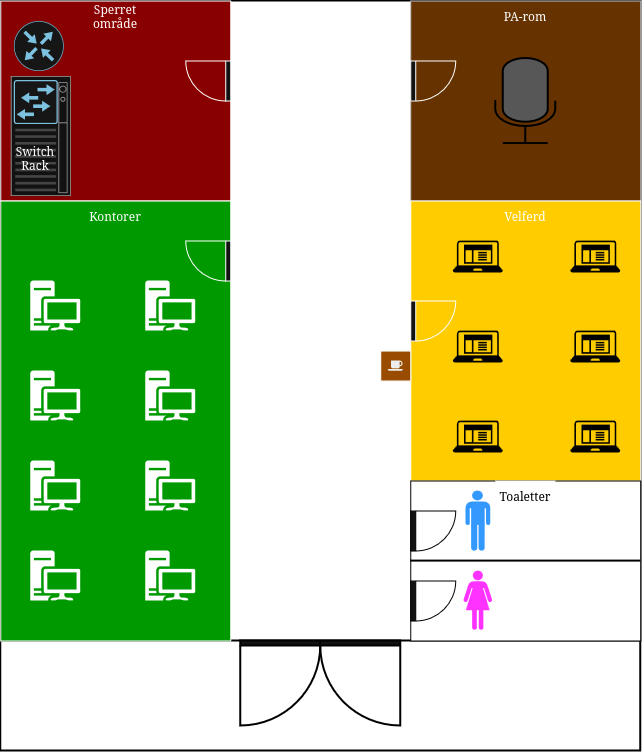
Earlier version of the draw.io export RAPPORT/Media/floorplan.png (Yonatan1717/INI-scripts-and-config). Source tidied: cells renumbered, new cells last; positions are measured from the earlier drawing's top-left corner, leaving out a move shared by most shapes. Its diagram source:
```xml
<mxGraphModel>
  <root>
    <mxCell id="0" />
    <mxCell id="1" parent="0" />
    <mxCell id="2" style="whiteSpace=wrap;html=1;fillColor=none;strokeWidth=2;strokeColor=light-dark(#000000,#000000);" parent="1" vertex="1">
      <mxGeometry width="640" height="750" as="geometry" />
    </mxCell>
    <mxCell id="3" style="whiteSpace=wrap;html=1;fillColor=light-dark(#FFFFFF,#FFFFFF);strokeWidth=2;strokeColor=light-dark(#000000,#000000);" parent="1" vertex="1">
      <mxGeometry width="640" height="640" as="geometry" />
    </mxCell>
    <mxCell id="4" style="whiteSpace=wrap;html=1;fillColor=light-dark(#FFFFFF,#890000);fontColor=#ffffff;strokeColor=default;" parent="1" vertex="1">
      <mxGeometry width="230" height="200" as="geometry" />
    </mxCell>
    <mxCell id="5" style="verticalLabelPosition=bottom;html=1;verticalAlign=top;align=center;shape=mxgraph.floorplan.doorLeft;rotation=90;" parent="1" vertex="1">
      <mxGeometry x="188.8" y="58.8" width="40" height="42.5" as="geometry" />
    </mxCell>
    <mxCell id="6" value="Sperret område" style="text;html=1;whiteSpace=wrap;strokeColor=none;fillColor=none;align=center;verticalAlign=middle;rounded=0;" parent="1" vertex="1">
      <mxGeometry x="85" width="60" height="30" as="geometry" />
    </mxCell>
    <mxCell id="7" style="verticalLabelPosition=bottom;html=1;verticalAlign=top;align=center;shape=mxgraph.floorplan.doorDouble;strokeWidth=2;strokeColor=light-dark(#000000,#000000);" parent="1" vertex="1">
      <mxGeometry x="240" y="640" width="160" height="85" as="geometry" />
    </mxCell>
    <mxCell id="8" style="whiteSpace=wrap;html=1;fillColor=light-dark(#FFFFFF,#663300);strokeColor=#36393d;" parent="1" vertex="1">
      <mxGeometry x="410" width="230" height="200" as="geometry" />
    </mxCell>
    <mxCell id="9" style="verticalLabelPosition=bottom;html=1;verticalAlign=top;align=center;shape=mxgraph.floorplan.doorRight;rotation=-90;" parent="1" vertex="1">
      <mxGeometry x="411.2" y="58.8" width="40" height="42.5" as="geometry" />
    </mxCell>
    <mxCell id="10" value="&lt;div&gt;PA-rom&lt;/div&gt;" style="text;html=1;whiteSpace=wrap;strokeColor=none;fillColor=none;align=center;verticalAlign=middle;rounded=0;" parent="1" vertex="1">
      <mxGeometry x="495" width="60" height="30" as="geometry" />
    </mxCell>
    <mxCell id="11" style="rounded=0;whiteSpace=wrap;html=1;fillColor=light-dark(#FFFFFF,#009900);" parent="1" vertex="1">
      <mxGeometry y="200" width="230" height="440" as="geometry" />
    </mxCell>
    <mxCell id="12" style="verticalLabelPosition=bottom;html=1;verticalAlign=top;align=center;shape=mxgraph.floorplan.doorLeft;rotation=90;" parent="1" vertex="1">
      <mxGeometry x="188.8" y="238.8" width="40" height="42.5" as="geometry" />
    </mxCell>
    <mxCell id="13" value="Kontorer" style="text;html=1;whiteSpace=wrap;strokeColor=none;fillColor=none;align=center;verticalAlign=middle;rounded=0;" parent="1" vertex="1">
      <mxGeometry x="85" y="200" width="60" height="30" as="geometry" />
    </mxCell>
    <mxCell id="14" style="rounded=0;whiteSpace=wrap;html=1;fillColor=light-dark(#000000,#FFCC00);strokeColor=light-dark(#000000,#FFFFFF);" parent="1" vertex="1">
      <mxGeometry x="410" y="200" width="230" height="280" as="geometry" />
    </mxCell>
    <mxCell id="15" value="&lt;div&gt;Velferd&lt;/div&gt;" style="text;html=1;whiteSpace=wrap;strokeColor=none;fillColor=none;align=center;verticalAlign=middle;rounded=0;" parent="1" vertex="1">
      <mxGeometry x="495" y="200" width="60" height="30" as="geometry" />
    </mxCell>
    <mxCell id="16" style="verticalLabelPosition=bottom;html=1;verticalAlign=top;align=center;shape=mxgraph.floorplan.doorRight;rotation=-90;" parent="1" vertex="1">
      <mxGeometry x="411.2" y="298.8" width="40" height="42.5" as="geometry" />
    </mxCell>
    <mxCell id="17" style="rounded=0;whiteSpace=wrap;html=1;fillColor=light-dark(#000000,#FFFFFF);strokeColor=light-dark(#000000,#000000);" parent="1" vertex="1">
      <mxGeometry x="410" y="480" width="230" height="160" as="geometry" />
    </mxCell>
    <mxCell id="18" value="Toaletter" style="text;html=1;whiteSpace=wrap;strokeColor=none;fillColor=light-dark(transparent,#FFFFFF);align=center;verticalAlign=middle;rounded=0;fontColor=light-dark(#000000,#000000);" parent="1" vertex="1">
      <mxGeometry x="495" y="480" width="60" height="30" as="geometry" />
    </mxCell>
    <mxCell id="19" style="verticalLabelPosition=bottom;html=1;verticalAlign=top;align=center;shape=mxgraph.floorplan.doorRight;rotation=-90;strokeColor=light-dark(#000000,#000000);" parent="1" vertex="1">
      <mxGeometry x="411.2" y="578.8" width="40" height="42.5" as="geometry" />
    </mxCell>
    <mxCell id="20" style="verticalLabelPosition=bottom;html=1;verticalAlign=top;align=center;shape=mxgraph.floorplan.doorRight;rotation=-90;strokeColor=light-dark(#000000,#000000);" parent="1" vertex="1">
      <mxGeometry x="411.2" y="508.8" width="40" height="42.5" as="geometry" />
    </mxCell>
    <mxCell id="21" style="endArrow=none;html=1;rounded=0;entryX=1;entryY=0.5;entryDx=0;entryDy=0;exitX=0;exitY=0.5;exitDx=0;exitDy=0;strokeWidth=2;strokeColor=light-dark(#000000,#000000);" parent="1" edge="1" source="17" target="17">
      <mxGeometry relative="1" as="geometry" />
    </mxCell>
    <mxCell id="22" style="sketch=0;shadow=0;dashed=0;html=1;strokeColor=none;labelPosition=center;verticalLabelPosition=bottom;verticalAlign=top;align=center;fillColor=light-dark(#000000,#FFFFFF);shape=mxgraph.mscae.enterprise.workstation_client;" parent="1" vertex="1">
      <mxGeometry x="30" y="550" width="50" height="50" as="geometry" />
    </mxCell>
    <mxCell id="23" style="sketch=0;shadow=0;dashed=0;html=1;strokeColor=none;labelPosition=center;verticalLabelPosition=bottom;verticalAlign=top;align=center;fillColor=light-dark(#000000,#FFFFFF);shape=mxgraph.mscae.enterprise.workstation_client;" parent="1" vertex="1">
      <mxGeometry x="145" y="550" width="50" height="50" as="geometry" />
    </mxCell>
    <mxCell id="24" style="sketch=0;shadow=0;dashed=0;html=1;strokeColor=none;labelPosition=center;verticalLabelPosition=bottom;verticalAlign=top;align=center;fillColor=light-dark(#000000,#FFFFFF);shape=mxgraph.mscae.enterprise.workstation_client;" parent="1" vertex="1">
      <mxGeometry x="30" y="460" width="50" height="50" as="geometry" />
    </mxCell>
    <mxCell id="25" style="sketch=0;shadow=0;dashed=0;html=1;strokeColor=none;labelPosition=center;verticalLabelPosition=bottom;verticalAlign=top;align=center;fillColor=light-dark(#000000,#FFFFFF);shape=mxgraph.mscae.enterprise.workstation_client;" parent="1" vertex="1">
      <mxGeometry x="145" y="460" width="50" height="50" as="geometry" />
    </mxCell>
    <mxCell id="26" style="sketch=0;shadow=0;dashed=0;html=1;strokeColor=none;labelPosition=center;verticalLabelPosition=bottom;verticalAlign=top;align=center;fillColor=light-dark(#000000,#FFFFFF);shape=mxgraph.mscae.enterprise.workstation_client;" parent="1" vertex="1">
      <mxGeometry x="30" y="370" width="50" height="50" as="geometry" />
    </mxCell>
    <mxCell id="27" style="sketch=0;shadow=0;dashed=0;html=1;strokeColor=none;labelPosition=center;verticalLabelPosition=bottom;verticalAlign=top;align=center;fillColor=light-dark(#000000,#FFFFFF);shape=mxgraph.mscae.enterprise.workstation_client;" parent="1" vertex="1">
      <mxGeometry x="145" y="370" width="50" height="50" as="geometry" />
    </mxCell>
    <mxCell id="28" style="sketch=0;shadow=0;dashed=0;html=1;strokeColor=none;labelPosition=center;verticalLabelPosition=bottom;verticalAlign=top;align=center;fillColor=light-dark(#000000,#FFFFFF);shape=mxgraph.mscae.enterprise.workstation_client;" parent="1" vertex="1">
      <mxGeometry x="30" y="280" width="50" height="50" as="geometry" />
    </mxCell>
    <mxCell id="29" style="sketch=0;shadow=0;dashed=0;html=1;strokeColor=none;labelPosition=center;verticalLabelPosition=bottom;verticalAlign=top;align=center;fillColor=light-dark(#000000,#FFFFFF);shape=mxgraph.mscae.enterprise.workstation_client;" parent="1" vertex="1">
      <mxGeometry x="145" y="280" width="50" height="50" as="geometry" />
    </mxCell>
    <mxCell id="30" style="sketch=0;shadow=0;dashed=0;html=1;strokeColor=none;labelPosition=center;verticalLabelPosition=bottom;verticalAlign=top;align=center;fillColor=light-dark(#000000,#000000);shape=mxgraph.mscae.enterprise.client_application;" parent="1" vertex="1">
      <mxGeometry x="570" y="420" width="50" height="32" as="geometry" />
    </mxCell>
    <mxCell id="31" style="sketch=0;shadow=0;dashed=0;html=1;strokeColor=none;labelPosition=center;verticalLabelPosition=bottom;verticalAlign=top;align=center;fillColor=light-dark(#000000,#000000);shape=mxgraph.mscae.enterprise.client_application;" parent="1" vertex="1">
      <mxGeometry x="452.5" y="420" width="50" height="32" as="geometry" />
    </mxCell>
    <mxCell id="32" style="sketch=0;shadow=0;dashed=0;html=1;strokeColor=none;labelPosition=center;verticalLabelPosition=bottom;verticalAlign=top;align=center;fillColor=light-dark(#000000,#000000);shape=mxgraph.mscae.enterprise.client_application;" parent="1" vertex="1">
      <mxGeometry x="570" y="330" width="50" height="32" as="geometry" />
    </mxCell>
    <mxCell id="33" style="sketch=0;shadow=0;dashed=0;html=1;strokeColor=none;labelPosition=center;verticalLabelPosition=bottom;verticalAlign=top;align=center;fillColor=light-dark(#000000,#000000);shape=mxgraph.mscae.enterprise.client_application;" parent="1" vertex="1">
      <mxGeometry x="452.5" y="330" width="50" height="32" as="geometry" />
    </mxCell>
    <mxCell id="34" style="sketch=0;shadow=0;dashed=0;html=1;strokeColor=none;labelPosition=center;verticalLabelPosition=bottom;verticalAlign=top;align=center;fillColor=light-dark(#000000,#000000);shape=mxgraph.mscae.enterprise.client_application;" parent="1" vertex="1">
      <mxGeometry x="570" y="240" width="50" height="32" as="geometry" />
    </mxCell>
    <mxCell id="35" style="sketch=0;shadow=0;dashed=0;html=1;strokeColor=none;labelPosition=center;verticalLabelPosition=bottom;verticalAlign=top;align=center;fillColor=light-dark(#000000,#000000);shape=mxgraph.mscae.enterprise.client_application;" parent="1" vertex="1">
      <mxGeometry x="452.5" y="240" width="50" height="32" as="geometry" />
    </mxCell>
    <mxCell id="36" style="html=1;verticalLabelPosition=bottom;align=center;labelBackgroundColor=#ffffff;verticalAlign=top;strokeWidth=2;strokeColor=light-dark(#000000,#000000);shadow=0;dashed=0;shape=mxgraph.ios7.icons.microphone;fillColor=light-dark(#FFFFFF,#575757);" parent="1" vertex="1">
      <mxGeometry x="495" y="57.5" width="60" height="85" as="geometry" />
    </mxCell>
    <mxCell id="37" style="sketch=0;verticalLabelPosition=bottom;html=1;verticalAlign=top;align=center;shape=mxgraph.cisco19.rect;prIcon=router;fillColor=#FAFAFA;strokeColor=#005073;" parent="1" vertex="1">
      <mxGeometry x="13" y="20" width="50" height="50" as="geometry" />
    </mxCell>
    <mxCell id="38" style="rounded=0;whiteSpace=wrap;html=1;fillColor=light-dark(#FFFFFF,#994C00);" parent="1" vertex="1">
      <mxGeometry x="380" y="350" width="30" height="30" as="geometry" />
    </mxCell>
    <mxCell id="39" style="shape=mxgraph.signs.food.coffee;html=1;fillColor=#000000;strokeColor=none;verticalLabelPosition=bottom;verticalAlign=top;align=center;" parent="1" vertex="1">
      <mxGeometry x="387.5" y="360" width="15" height="10" as="geometry" />
    </mxCell>
    <mxCell id="40" style="strokeColor=#666666;html=1;verticalLabelPosition=bottom;labelBackgroundColor=#ffffff;verticalAlign=top;shadow=0;dashed=0;shape=mxgraph.rack.general.server_2;" parent="1" vertex="1">
      <mxGeometry x="10" y="75" width="60" height="120" as="geometry" />
    </mxCell>
    <mxCell id="41" value="&lt;div&gt;Switch Rack&lt;/div&gt;" style="text;html=1;whiteSpace=wrap;strokeColor=none;fillColor=none;align=center;verticalAlign=middle;rounded=0;" parent="1" vertex="1">
      <mxGeometry x="5" y="142.5" width="60" height="30" as="geometry" />
    </mxCell>
    <mxCell id="42" style="sketch=0;verticalLabelPosition=bottom;html=1;verticalAlign=top;align=center;shape=mxgraph.cisco19.rect;prIcon=workgroup_switch;fillColor=#FAFAFA;strokeColor=#005073;" parent="1" vertex="1">
      <mxGeometry x="13" y="79" width="44" height="44" as="geometry" />
    </mxCell>
    <mxCell id="43" style="shape=mxgraph.signs.people.man_1;html=1;fillColor=light-dark(#000000,#3399FF);strokeColor=none;verticalLabelPosition=bottom;verticalAlign=top;align=center;" parent="1" vertex="1">
      <mxGeometry x="465.1" y="490" width="24.8" height="60" as="geometry" />
    </mxCell>
    <mxCell id="44" style="shape=mxgraph.signs.people.woman_1;html=1;fillColor=light-dark(#000000,#FF33FF);strokeColor=none;verticalLabelPosition=bottom;verticalAlign=top;align=center;" parent="1" vertex="1">
      <mxGeometry x="462.5" y="570" width="30" height="60" as="geometry" />
    </mxCell>
  </root>
</mxGraphModel>
```
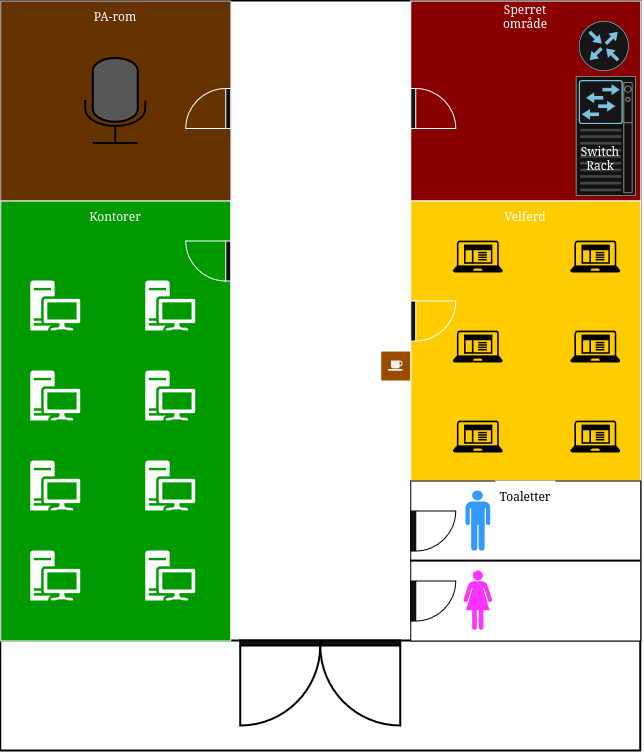
After the commit.

Change to the diagram source:
```diff
@@ -9,25 +9,25 @@
       <mxGeometry width="640" height="640" as="geometry" />
     </mxCell>
     <mxCell id="4" style="whiteSpace=wrap;html=1;fillColor=light-dark(#FFFFFF,#890000);fontColor=#ffffff;strokeColor=default;" parent="1" vertex="1">
-      <mxGeometry width="230" height="200" as="geometry" />
+      <mxGeometry x="410" width="230" height="200" as="geometry" />
     </mxCell>
-    <mxCell id="5" style="verticalLabelPosition=bottom;html=1;verticalAlign=top;align=center;shape=mxgraph.floorplan.doorLeft;rotation=90;" parent="1" vertex="1">
-      <mxGeometry x="188.8" y="58.8" width="40" height="42.5" as="geometry" />
+    <mxCell id="5" style="verticalLabelPosition=bottom;html=1;verticalAlign=top;align=center;shape=mxgraph.floorplan.doorLeft;rotation=-90;direction=east;" parent="1" vertex="1">
+      <mxGeometry x="411.2" y="86.2" width="40" height="42.5" as="geometry" />
     </mxCell>
     <mxCell id="6" value="Sperret område" style="text;html=1;whiteSpace=wrap;strokeColor=none;fillColor=none;align=center;verticalAlign=middle;rounded=0;" parent="1" vertex="1">
-      <mxGeometry x="85" width="60" height="30" as="geometry" />
+      <mxGeometry x="495" width="60" height="30" as="geometry" />
     </mxCell>
     <mxCell id="7" style="verticalLabelPosition=bottom;html=1;verticalAlign=top;align=center;shape=mxgraph.floorplan.doorDouble;strokeWidth=2;strokeColor=light-dark(#000000,#000000);" parent="1" vertex="1">
       <mxGeometry x="240" y="640" width="160" height="85" as="geometry" />
     </mxCell>
     <mxCell id="8" style="whiteSpace=wrap;html=1;fillColor=light-dark(#FFFFFF,#663300);strokeColor=#36393d;" parent="1" vertex="1">
-      <mxGeometry x="410" width="230" height="200" as="geometry" />
+      <mxGeometry width="230" height="200" as="geometry" />
     </mxCell>
-    <mxCell id="9" style="verticalLabelPosition=bottom;html=1;verticalAlign=top;align=center;shape=mxgraph.floorplan.doorRight;rotation=-90;" parent="1" vertex="1">
-      <mxGeometry x="411.2" y="58.8" width="40" height="42.5" as="geometry" />
+    <mxCell id="9" style="verticalLabelPosition=bottom;html=1;verticalAlign=top;align=center;shape=mxgraph.floorplan.doorRight;rotation=-90;direction=west;" parent="1" vertex="1">
+      <mxGeometry x="188.8" y="86.2" width="40" height="42.5" as="geometry" />
     </mxCell>
     <mxCell id="10" value="&lt;div&gt;PA-rom&lt;/div&gt;" style="text;html=1;whiteSpace=wrap;strokeColor=none;fillColor=none;align=center;verticalAlign=middle;rounded=0;" parent="1" vertex="1">
-      <mxGeometry x="495" width="60" height="30" as="geometry" />
+      <mxGeometry x="85" width="60" height="30" as="geometry" />
     </mxCell>
     <mxCell id="11" style="rounded=0;whiteSpace=wrap;html=1;fillColor=light-dark(#FFFFFF,#009900);" parent="1" vertex="1">
       <mxGeometry y="200" width="230" height="440" as="geometry" />
@@ -105,10 +105,10 @@
       <mxGeometry x="452.5" y="240" width="50" height="32" as="geometry" />
     </mxCell>
     <mxCell id="36" style="html=1;verticalLabelPosition=bottom;align=center;labelBackgroundColor=#ffffff;verticalAlign=top;strokeWidth=2;strokeColor=light-dark(#000000,#000000);shadow=0;dashed=0;shape=mxgraph.ios7.icons.microphone;fillColor=light-dark(#FFFFFF,#575757);" parent="1" vertex="1">
-      <mxGeometry x="495" y="57.5" width="60" height="85" as="geometry" />
+      <mxGeometry x="85" y="57.5" width="60" height="85" as="geometry" />
     </mxCell>
     <mxCell id="37" style="sketch=0;verticalLabelPosition=bottom;html=1;verticalAlign=top;align=center;shape=mxgraph.cisco19.rect;prIcon=router;fillColor=#FAFAFA;strokeColor=#005073;" parent="1" vertex="1">
-      <mxGeometry x="13" y="20" width="50" height="50" as="geometry" />
+      <mxGeometry x="578" y="20" width="50" height="50" as="geometry" />
     </mxCell>
     <mxCell id="38" style="rounded=0;whiteSpace=wrap;html=1;fillColor=light-dark(#FFFFFF,#994C00);" parent="1" vertex="1">
       <mxGeometry x="380" y="350" width="30" height="30" as="geometry" />
@@ -117,13 +117,13 @@
       <mxGeometry x="387.5" y="360" width="15" height="10" as="geometry" />
     </mxCell>
     <mxCell id="40" style="strokeColor=#666666;html=1;verticalLabelPosition=bottom;labelBackgroundColor=#ffffff;verticalAlign=top;shadow=0;dashed=0;shape=mxgraph.rack.general.server_2;" parent="1" vertex="1">
-      <mxGeometry x="10" y="75" width="60" height="120" as="geometry" />
+      <mxGeometry x="575" y="75" width="60" height="120" as="geometry" />
     </mxCell>
     <mxCell id="41" value="&lt;div&gt;Switch Rack&lt;/div&gt;" style="text;html=1;whiteSpace=wrap;strokeColor=none;fillColor=none;align=center;verticalAlign=middle;rounded=0;" parent="1" vertex="1">
-      <mxGeometry x="5" y="142.5" width="60" height="30" as="geometry" />
+      <mxGeometry x="570" y="142.5" width="60" height="30" as="geometry" />
     </mxCell>
     <mxCell id="42" style="sketch=0;verticalLabelPosition=bottom;html=1;verticalAlign=top;align=center;shape=mxgraph.cisco19.rect;prIcon=workgroup_switch;fillColor=#FAFAFA;strokeColor=#005073;" parent="1" vertex="1">
-      <mxGeometry x="13" y="79" width="44" height="44" as="geometry" />
+      <mxGeometry x="578" y="79" width="44" height="44" as="geometry" />
     </mxCell>
     <mxCell id="43" style="shape=mxgraph.signs.people.man_1;html=1;fillColor=light-dark(#000000,#3399FF);strokeColor=none;verticalLabelPosition=bottom;verticalAlign=top;align=center;" parent="1" vertex="1">
       <mxGeometry x="465.1" y="490" width="24.8" height="60" as="geometry" />
```
